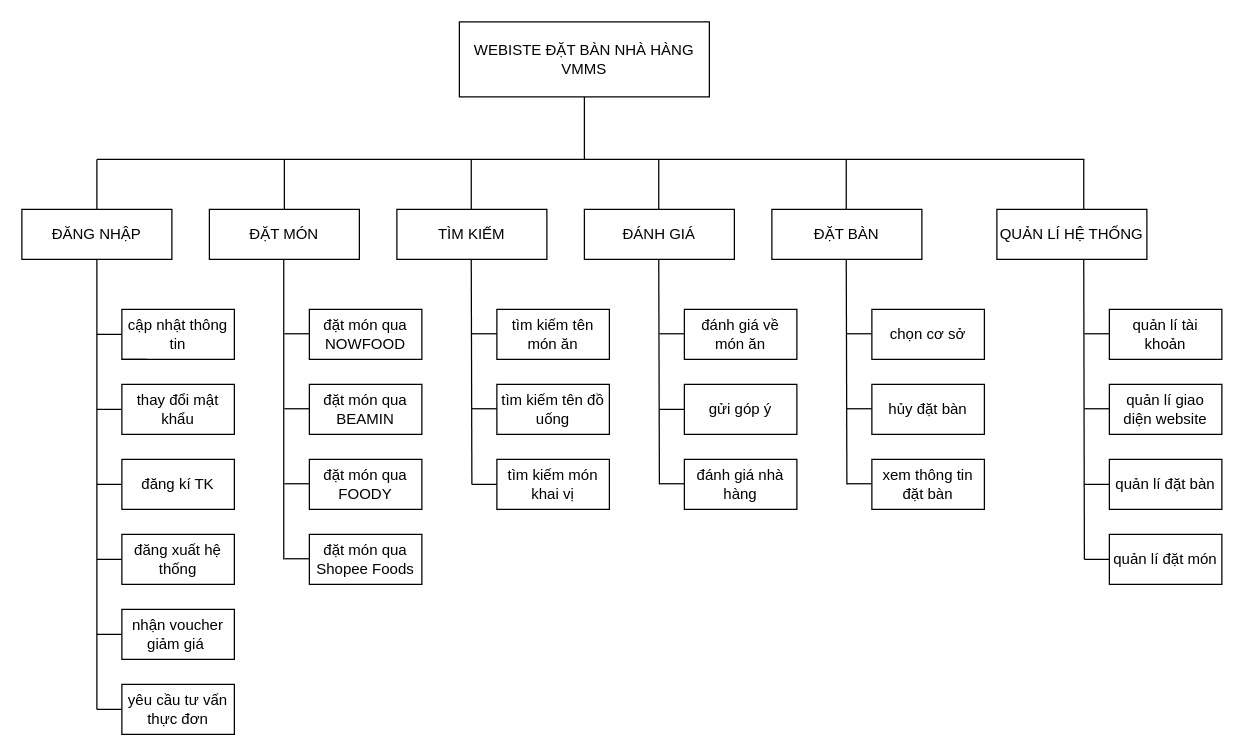
Above: page "sơ đồ phân rã chức năng" (3 of 9) of Biểu đồ không có tiêu đề.drawio in trucka312/diagram (draw.io), before the change. Source tidied: cells renumbered, new cells numbered last; positions are measured from the earlier drawing's top-left corner, leaving out a move shared by most shapes. Both pictures are drawn from the tidied source at 125%, with x=0, y=0 at pixel (21, 21).
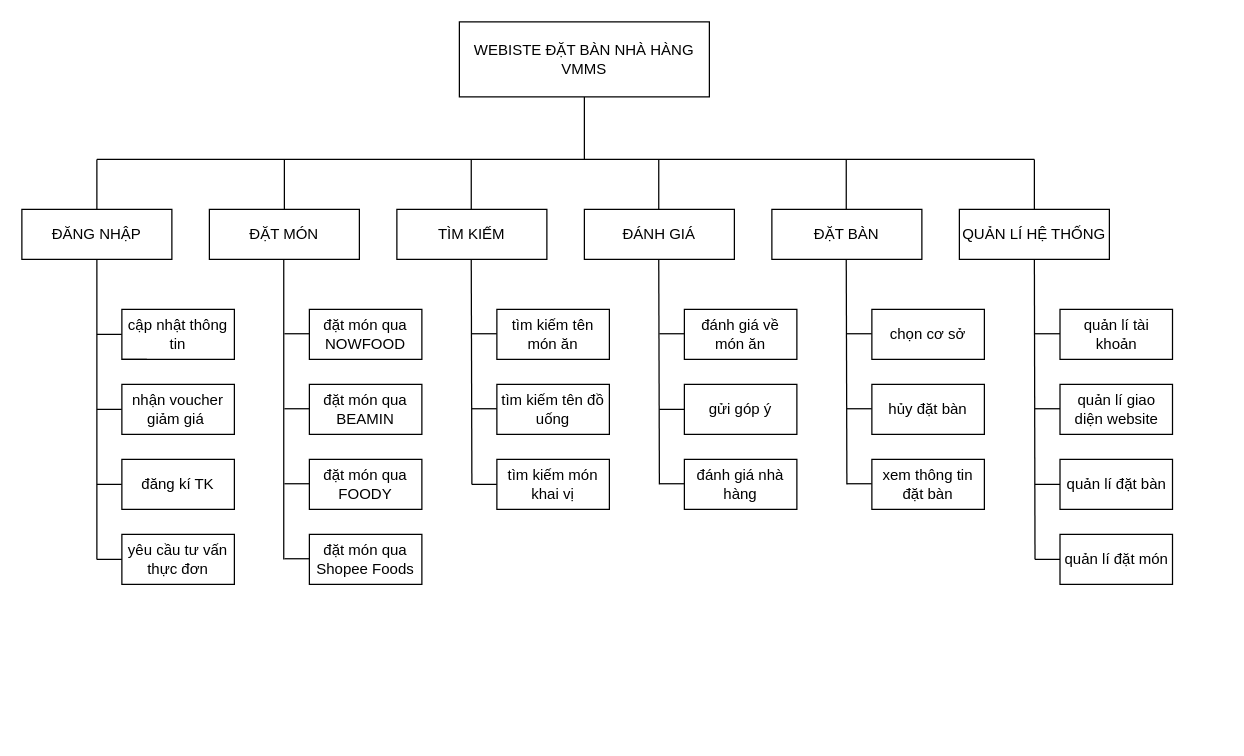
Above is the later version.

Unchanged cells that the change refers to:
```xml
<mxCell id="7" value="ĐĂNG NHẬP" style="rounded=0;whiteSpace=wrap;html=1;" parent="1" vertex="1">
  <mxGeometry y="150" width="120" height="40" as="geometry" />
</mxCell>
```

What changed in the source:
```diff
@@
     <mxCell id="4" style="endArrow=none;html=1;rounded=0;" parent="1" edge="1">
       <mxGeometry relative="1" as="geometry">
         <mxPoint x="60" y="110" as="sourcePoint" />
-        <mxPoint x="850" y="110" as="targetPoint" />
+        <mxPoint x="810" y="110" as="targetPoint" />
       </mxGeometry>
     </mxCell>
@@
     <mxCell id="15" value="QUẢN LÍ HỆ THỐNG" style="rounded=0;whiteSpace=wrap;html=1;" parent="1" vertex="1">
-      <mxGeometry x="780" y="150" width="120" height="40" as="geometry" />
+      <mxGeometry x="750" y="150" width="120" height="40" as="geometry" />
     </mxCell>
-    <mxCell id="16" style="endArrow=none;html=1;rounded=0;" parent="1" edge="1">
+    <mxCell id="16" style="endArrow=none;html=1;rounded=0;exitX=0.5;exitY=0;exitDx=0;exitDy=0;" parent="1" edge="1" source="15">
       <mxGeometry relative="1" as="geometry">
-        <mxPoint x="849.5" y="150" as="sourcePoint" />
-        <mxPoint x="849.5" y="110" as="targetPoint" />
+        <mxPoint x="810" y="110" as="targetPoint" />
       </mxGeometry>
     </mxCell>
     <mxCell id="17" style="endArrow=none;html=1;rounded=0;entryX=0.5;entryY=1;entryDx=0;entryDy=0;" parent="1" edge="1" target="7">
       <mxGeometry relative="1" as="geometry">
-        <mxPoint x="60" y="550" as="sourcePoint" />
+        <mxPoint x="60" y="430" as="sourcePoint" />
       </mxGeometry>
     </mxCell>
@@
-    <mxCell id="23" style="endArrow=none;html=1;rounded=0;" parent="1" edge="1">
-      <mxGeometry relative="1" as="geometry">
-        <mxPoint x="60" y="430" as="sourcePoint" />
-        <mxPoint x="80" y="430" as="targetPoint" />
-      </mxGeometry>
-    </mxCell>
-    <mxCell id="24" value="thay đổi mật khẩu" style="rounded=0;whiteSpace=wrap;html=1;" parent="1" vertex="1">
+    <mxCell id="24" value="nhận voucher giảm giá&amp;nbsp;" style="rounded=0;whiteSpace=wrap;html=1;" parent="1" vertex="1">
       <mxGeometry x="80" y="290" width="90" height="40" as="geometry" />
     </mxCell>
@@
-    <mxCell id="26" value="đăng xuất hệ thống" style="rounded=0;whiteSpace=wrap;html=1;" parent="1" vertex="1">
-      <mxGeometry x="80" y="410" width="90" height="40" as="geometry" />
-    </mxCell>
@@
     <mxCell id="46" style="endArrow=none;html=1;rounded=0;" parent="1" edge="1">
       <mxGeometry relative="1" as="geometry">
-        <mxPoint x="850" y="309.5" as="sourcePoint" />
-        <mxPoint x="870" y="309.5" as="targetPoint" />
+        <mxPoint x="810.5" y="309.5" as="sourcePoint" />
+        <mxPoint x="830.5" y="309.5" as="targetPoint" />
       </mxGeometry>
     </mxCell>
     <mxCell id="47" style="endArrow=none;html=1;rounded=0;" parent="1" edge="1">
       <mxGeometry relative="1" as="geometry">
-        <mxPoint x="850" y="249.5" as="sourcePoint" />
-        <mxPoint x="870" y="249.5" as="targetPoint" />
+        <mxPoint x="810.5" y="249.5" as="sourcePoint" />
+        <mxPoint x="830.5" y="249.5" as="targetPoint" />
       </mxGeometry>
     </mxCell>
     <mxCell id="48" style="endArrow=none;html=1;rounded=0;entryX=0.5;entryY=1;entryDx=0;entryDy=0;" parent="1" edge="1">
       <mxGeometry relative="1" as="geometry">
-        <mxPoint x="850" y="430" as="sourcePoint" />
-        <mxPoint x="849.5" y="190" as="targetPoint" />
+        <mxPoint x="810.5" y="430" as="sourcePoint" />
+        <mxPoint x="810" y="190" as="targetPoint" />
       </mxGeometry>
     </mxCell>
@@
     <mxCell id="57" value="quản lí tài khoản" style="rounded=0;whiteSpace=wrap;html=1;" parent="1" vertex="1">
-      <mxGeometry x="870" y="230" width="90" height="40" as="geometry" />
+      <mxGeometry x="830.5" y="230" width="90" height="40" as="geometry" />
     </mxCell>
@@
     <mxCell id="61" value="quản lí giao diện website" style="rounded=0;whiteSpace=wrap;html=1;" parent="1" vertex="1">
-      <mxGeometry x="870" y="290" width="90" height="40" as="geometry" />
+      <mxGeometry x="830.5" y="290" width="90" height="40" as="geometry" />
     </mxCell>
-    <mxCell id="62" value="nhận voucher giảm giá&amp;nbsp;" style="rounded=0;whiteSpace=wrap;html=1;" parent="1" vertex="1">
-      <mxGeometry x="80" y="470" width="90" height="40" as="geometry" />
-    </mxCell>
-    <mxCell id="63" style="endArrow=none;html=1;rounded=0;exitX=0;exitY=0.5;exitDx=0;exitDy=0;" parent="1" edge="1" source="62">
-      <mxGeometry relative="1" as="geometry">
-        <mxPoint x="60" y="490" as="targetPoint" />
-      </mxGeometry>
-    </mxCell>
     <mxCell id="64" value="quản lí đặt bàn" style="rounded=0;whiteSpace=wrap;html=1;" parent="1" vertex="1">
-      <mxGeometry x="870" y="350" width="90" height="40" as="geometry" />
+      <mxGeometry x="830.5" y="350" width="90" height="40" as="geometry" />
     </mxCell>
     <mxCell id="65" value="quản lí đặt món" style="rounded=0;whiteSpace=wrap;html=1;" parent="1" vertex="1">
-      <mxGeometry x="870" y="410" width="90" height="40" as="geometry" />
+      <mxGeometry x="830.5" y="410" width="90" height="40" as="geometry" />
     </mxCell>
     <mxCell id="66" value="yêu cầu tư vấn thực đơn" style="rounded=0;whiteSpace=wrap;html=1;" parent="1" vertex="1">
-      <mxGeometry x="80" y="530" width="90" height="40" as="geometry" />
+      <mxGeometry x="80" y="410" width="90" height="40" as="geometry" />
     </mxCell>
     <mxCell id="67" style="endArrow=none;html=1;rounded=0;entryX=0;entryY=0.5;entryDx=0;entryDy=0;" parent="1" edge="1" target="66">
       <mxGeometry relative="1" as="geometry">
-        <mxPoint x="60" y="550" as="sourcePoint" />
+        <mxPoint x="60" y="430" as="sourcePoint" />
       </mxGeometry>
     </mxCell>
     <mxCell id="68" style="endArrow=none;html=1;rounded=0;entryX=0;entryY=0.5;entryDx=0;entryDy=0;" parent="1" edge="1" target="65">
       <mxGeometry relative="1" as="geometry">
-        <mxPoint x="850" y="430" as="sourcePoint" />
+        <mxPoint x="810.5" y="430" as="sourcePoint" />
       </mxGeometry>
     </mxCell>
     <mxCell id="69" style="endArrow=none;html=1;rounded=0;entryX=0;entryY=0.5;entryDx=0;entryDy=0;" parent="1" edge="1" target="64">
       <mxGeometry relative="1" as="geometry">
-        <mxPoint x="850" y="370" as="sourcePoint" />
+        <mxPoint x="810.5" y="370" as="sourcePoint" />
       </mxGeometry>
     </mxCell>
```
